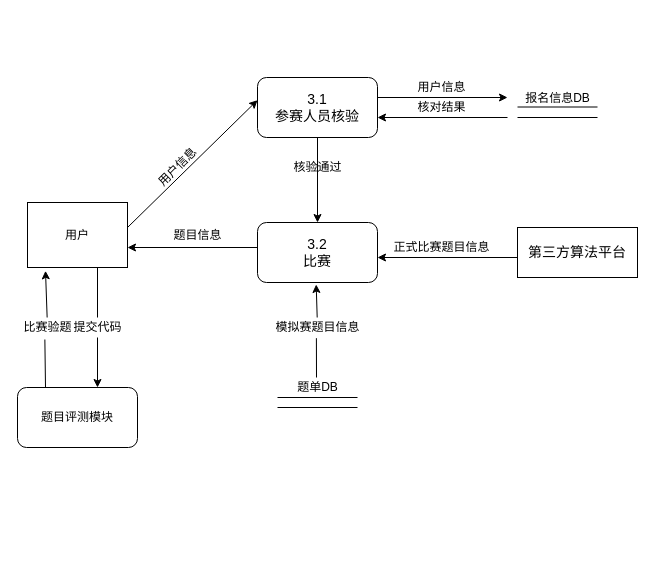
Before: 分析文档/2.1比赛信息.drawio in 12MegaA21/CodeCode, a draw.io diagram. Source tidied: cells renumbered, new cells numbered last; positions are measured from the earlier drawing's top-left corner, leaving out a move shared by most shapes. Both pictures are drawn from the tidied source at 100%, with x=0, y=0 at pixel (17, 77).
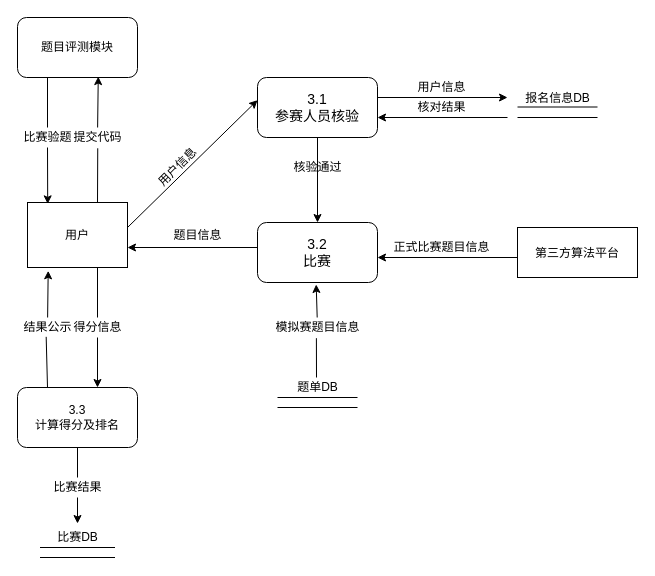
After the change.

Unchanged cells that the change refers to:
```xml
<mxCell id="2" value="用户" style="rounded=0;whiteSpace=wrap;html=1;" parent="1" vertex="1">
  <mxGeometry x="10" y="125" width="100" height="65" as="geometry" />
</mxCell>
```

What changed in the source:
```diff
@@
-    <mxCell id="5" style="endArrow=classic;html=1;rounded=0;fontSize=14;startArrow=none;" parent="1" edge="1">
-      <mxGeometry relative="1" as="geometry">
-        <mxPoint x="80" y="260" as="sourcePoint" />
-        <mxPoint x="80" y="310" as="targetPoint" />
-      </mxGeometry>
-    </mxCell>
@@
-    <mxCell id="9" value="第三方算法平台" style="rounded=0;whiteSpace=wrap;html=1;fontSize=14;" parent="1" vertex="1">
+    <mxCell id="9" value="&lt;font style=&quot;font-size: 12px&quot;&gt;第三方算法平台&lt;/font&gt;" style="rounded=0;whiteSpace=wrap;html=1;fontSize=14;" parent="1" vertex="1">
       <mxGeometry x="500" y="150" width="120" height="50" as="geometry" />
     </mxCell>
@@
+    <mxCell id="30" value="题目评测模块" style="rounded=1;whiteSpace=wrap;html=1;fontSize=12;" parent="1" vertex="1">
+      <mxGeometry y="-60" width="120" height="60" as="geometry" />
+    </mxCell>
+    <mxCell id="33" value="题目信息" style="text;html=1;align=center;verticalAlign=middle;fillColor=none;strokeColor=none;rounded=0;fontSize=12;" parent="1" vertex="1">
+      <mxGeometry x="150" y="147.5" width="60" height="20" as="geometry" />
+    </mxCell>
+    <mxCell id="34" style="endArrow=classic;html=1;rounded=0;entryX=0.673;entryY=0.985;entryDx=0;entryDy=0;entryPerimeter=0;startArrow=none;" parent="1" edge="1" source="27" target="30">
+      <mxGeometry relative="1" as="geometry" />
+    </mxCell>
-    <mxCell id="27" value="提交代码" style="text;html=1;align=center;verticalAlign=middle;points=[];fillColor=none;strokeColor=none;rounded=0;fontSize=12;" parent="1" vertex="1">
-      <mxGeometry x="50" y="240" width="60" height="20" as="geometry" />
+    <mxCell id="27" value="提交代码" style="text;html=1;align=center;verticalAlign=middle;points=[];fillColor=none;strokeColor=none;rounded=0;" parent="1" vertex="1">
+      <mxGeometry x="50" y="50" width="60" height="20" as="geometry" />
     </mxCell>
-    <mxCell id="28" style="endArrow=none;html=1;rounded=0;fontSize=14;" parent="1" edge="1" target="27">
-      <mxGeometry relative="1" as="geometry">
-        <mxPoint x="80" y="190" as="sourcePoint" />
-      </mxGeometry>
-    </mxCell>
-    <mxCell id="29" style="endArrow=classic;html=1;rounded=0;fontSize=12;entryX=0.18;entryY=1.051;entryDx=0;entryDy=0;entryPerimeter=0;startArrow=none;" parent="1" edge="1" source="31" target="2">
-      <mxGeometry relative="1" as="geometry" />
-    </mxCell>
-    <mxCell id="30" value="题目评测模块" style="rounded=1;whiteSpace=wrap;html=1;fontSize=12;" parent="1" vertex="1">
-      <mxGeometry y="310" width="120" height="60" as="geometry" />
-    </mxCell>
+    <mxCell id="35" style="endArrow=none;html=1;rounded=0;entryX=0.504;entryY=1.039;entryDx=0;entryDy=0;entryPerimeter=0;" parent="1" edge="1" target="27">
+      <mxGeometry relative="1" as="geometry">
+        <mxPoint x="80" y="125" as="sourcePoint" />
+      </mxGeometry>
+    </mxCell>
+    <mxCell id="36" style="endArrow=classic;html=1;rounded=0;startArrow=none;entryX=0.202;entryY=0.021;entryDx=0;entryDy=0;entryPerimeter=0;" parent="1" edge="1" target="2">
+      <mxGeometry relative="1" as="geometry">
+        <mxPoint x="30" y="70" as="sourcePoint" />
+      </mxGeometry>
+    </mxCell>
-    <mxCell id="31" value="比赛验题" style="text;html=1;align=center;verticalAlign=middle;points=[];fillColor=none;strokeColor=none;rounded=0;fontSize=12;" parent="1" vertex="1">
-      <mxGeometry y="240" width="60" height="20" as="geometry" />
+    <mxCell id="31" value="比赛验题" style="text;html=1;align=center;verticalAlign=middle;points=[];fillColor=none;strokeColor=none;rounded=0;" parent="1" vertex="1">
+      <mxGeometry y="50" width="60" height="20" as="geometry" />
     </mxCell>
-    <mxCell id="32" style="endArrow=none;html=1;rounded=0;fontSize=12;entryX=0.456;entryY=1.1;entryDx=0;entryDy=0;entryPerimeter=0;" parent="1" edge="1" target="31">
-      <mxGeometry relative="1" as="geometry">
-        <mxPoint x="28" y="310" as="sourcePoint" />
-      </mxGeometry>
-    </mxCell>
-    <mxCell id="33" value="题目信息" style="text;html=1;align=center;verticalAlign=middle;fillColor=none;strokeColor=none;rounded=0;fontSize=12;" parent="1" vertex="1">
-      <mxGeometry x="150" y="147.5" width="60" height="20" as="geometry" />
-    </mxCell>
+    <mxCell id="37" style="endArrow=none;html=1;rounded=0;" parent="1" edge="1">
+      <mxGeometry relative="1" as="geometry">
+        <mxPoint x="30" as="sourcePoint" />
+        <mxPoint x="30" y="50" as="targetPoint" />
+      </mxGeometry>
+    </mxCell>
+    <mxCell id="38" style="endArrow=classic;html=1;rounded=0;startArrow=none;" parent="1" edge="1" source="39">
+      <mxGeometry relative="1" as="geometry">
+        <mxPoint x="80" y="310" as="targetPoint" />
+      </mxGeometry>
+    </mxCell>
+    <mxCell id="39" value="得分信息" style="text;html=1;align=center;verticalAlign=middle;points=[];fillColor=none;strokeColor=none;rounded=0;" parent="1" vertex="1">
+      <mxGeometry x="50" y="240" width="60" height="20" as="geometry" />
+    </mxCell>
+    <mxCell id="40" style="endArrow=none;html=1;rounded=0;" parent="1" edge="1" target="39">
+      <mxGeometry relative="1" as="geometry">
+        <mxPoint x="80" y="190" as="sourcePoint" />
+      </mxGeometry>
+    </mxCell>
+    <mxCell id="41" value="3.3&lt;br&gt;计算得分及排名" style="rounded=1;whiteSpace=wrap;html=1;" parent="1" vertex="1">
+      <mxGeometry y="310" width="120" height="60" as="geometry" />
+    </mxCell>
+    <mxCell id="42" style="endArrow=classic;html=1;rounded=0;fontSize=12;entryX=0.207;entryY=1.051;entryDx=0;entryDy=0;entryPerimeter=0;startArrow=none;" parent="1" edge="1" source="43" target="2">
+      <mxGeometry relative="1" as="geometry" />
+    </mxCell>
+    <mxCell id="43" value="结果公示" style="text;html=1;align=center;verticalAlign=middle;points=[];fillColor=none;strokeColor=none;rounded=0;fontSize=12;" parent="1" vertex="1">
+      <mxGeometry y="240" width="60" height="20" as="geometry" />
+    </mxCell>
+    <mxCell id="44" style="endArrow=none;html=1;rounded=0;fontSize=12;entryX=0.478;entryY=0.967;entryDx=0;entryDy=0;entryPerimeter=0;" parent="1" edge="1" target="43">
+      <mxGeometry relative="1" as="geometry">
+        <mxPoint x="30" y="310" as="sourcePoint" />
+      </mxGeometry>
+    </mxCell>
+    <mxCell id="45" style="endArrow=classic;html=1;rounded=0;fontSize=12;startArrow=none;entryX=0.5;entryY=-0.2;entryDx=0;entryDy=0;entryPerimeter=0;" parent="1" edge="1" source="46" target="51">
+      <mxGeometry relative="1" as="geometry" />
+    </mxCell>
+    <mxCell id="46" value="比赛结果" style="text;html=1;align=center;verticalAlign=middle;points=[];fillColor=none;strokeColor=none;rounded=0;fontSize=12;" parent="1" vertex="1">
+      <mxGeometry x="30" y="400" width="60" height="20" as="geometry" />
+    </mxCell>
+    <mxCell id="47" style="endArrow=none;html=1;rounded=0;fontSize=12;" parent="1" edge="1" target="46">
+      <mxGeometry relative="1" as="geometry">
+        <mxPoint x="60" y="370" as="sourcePoint" />
+      </mxGeometry>
+    </mxCell>
+    <mxCell id="48" style="group;" parent="1" vertex="1">
+      <mxGeometry x="22.5" y="450" width="75" height="30" as="geometry" />
+    </mxCell>
+    <mxCell id="49" style="endArrow=none;html=1;rounded=0;fontSize=12;" parent="48" edge="1">
+      <mxGeometry relative="1" as="geometry">
+        <mxPoint y="20" as="sourcePoint" />
+        <mxPoint x="75" y="20" as="targetPoint" />
+      </mxGeometry>
+    </mxCell>
+    <mxCell id="50" style="endArrow=none;html=1;rounded=0;fontSize=12;" parent="48" edge="1">
+      <mxGeometry relative="1" as="geometry">
+        <mxPoint y="30" as="sourcePoint" />
+        <mxPoint x="75" y="30" as="targetPoint" />
+      </mxGeometry>
+    </mxCell>
+    <mxCell id="51" value="比赛DB" style="text;html=1;align=center;verticalAlign=middle;points=[];fillColor=none;strokeColor=none;rounded=0;fontSize=12;" parent="48" vertex="1">
+      <mxGeometry x="7.5" width="60" height="20" as="geometry" />
+    </mxCell>
```
